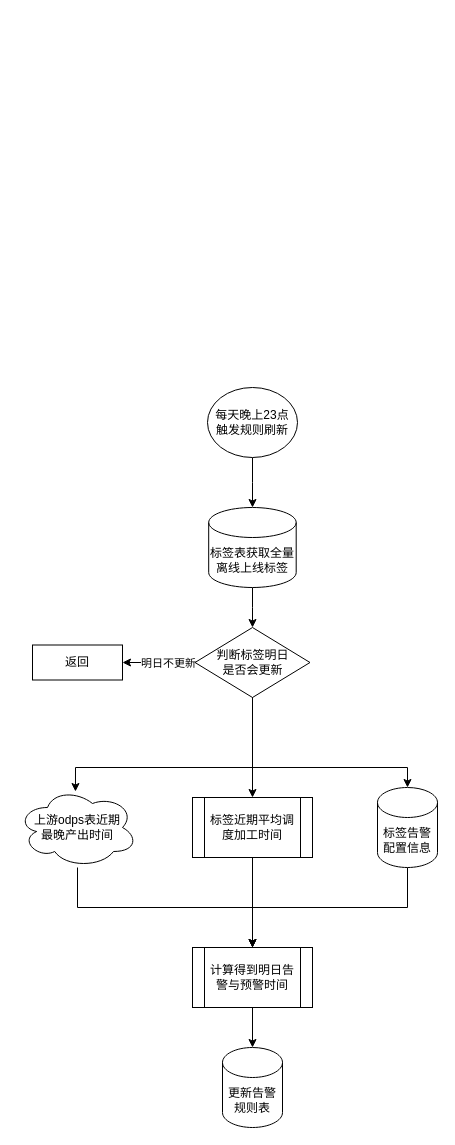
This is 标签监控规则轮刷方案.drawio from 1418956397/JavaWeb-Project-Source-Share, a draw.io file, before an edit. Source tidied: cells renumbered, new cells numbered last; positions are measured from the earlier drawing's top-left corner, leaving out a move shared by most shapes. Both pictures are drawn from the tidied source at 100%, with x=0, y=0 at pixel (17, 387).
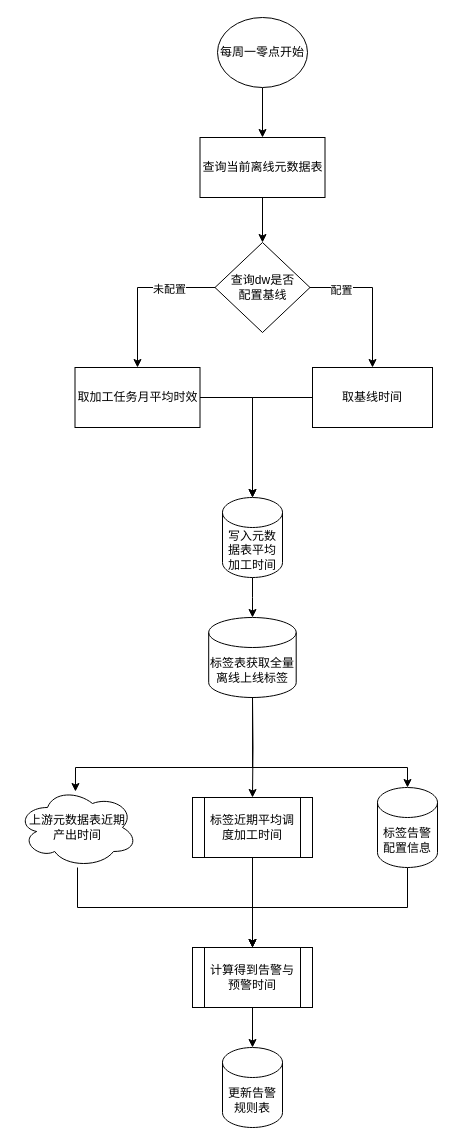
Above is the later version.

Commit message:
更新标签监控规则轮刷方案.drawio

Unchanged cells that the change refers to:
```xml
<mxCell id="9" value="标签近期平均调度加工时间" style="shape=process;whiteSpace=wrap;html=1;backgroundOutline=1;" parent="1" vertex="1">
  <mxGeometry x="175" y="410" width="120" height="60" as="geometry" />
</mxCell>
<mxCell id="11" value="标签告警&lt;div&gt;配置信息&lt;/div&gt;" style="shape=cylinder3;whiteSpace=wrap;html=1;boundedLbl=1;backgroundOutline=1;size=15;" parent="1" vertex="1">
  <mxGeometry x="360" y="400" width="60" height="80" as="geometry" />
</mxCell>
```

Diff of the diagram source:
```diff
@@
-    <mxCell id="2" style="edgeStyle=orthogonalEdgeStyle;rounded=0;jettySize=auto;html=1;" parent="1" edge="1" source="3" target="5">
-      <mxGeometry relative="1" as="geometry" />
-    </mxCell>
+    <mxCell id="22" style="edgeStyle=orthogonalEdgeStyle;rounded=0;jettySize=auto;html=1;" parent="1" edge="1" source="3" target="24">
+      <mxGeometry relative="1" as="geometry" />
+    </mxCell>
-    <mxCell id="3" value="每天晚上23点&lt;div&gt;触发规则刷新&lt;/div&gt;" style="ellipse;whiteSpace=wrap;html=1;" parent="1" vertex="1">
-      <mxGeometry x="190" width="90" height="70" as="geometry" />
+    <mxCell id="3" value="每周一零点开始" style="ellipse;whiteSpace=wrap;html=1;" parent="1" vertex="1">
+      <mxGeometry x="200" y="-370" width="90" height="70" as="geometry" />
     </mxCell>
-    <mxCell id="4" style="edgeStyle=orthogonalEdgeStyle;rounded=0;jettySize=auto;html=1;" parent="1" edge="1" source="5" target="18">
-      <mxGeometry relative="1" as="geometry" />
-    </mxCell>
     <mxCell id="5" value="标签表获取全量离线上线标签" style="shape=cylinder3;whiteSpace=wrap;html=1;boundedLbl=1;backgroundOutline=1;size=15;" parent="1" vertex="1">
-      <mxGeometry x="191.2" y="120" width="87.5" height="80" as="geometry" />
+      <mxGeometry x="191.2" y="230" width="87.5" height="80" as="geometry" />
     </mxCell>
@@
-    <mxCell id="7" value="上游odps表近期&lt;div&gt;最晚产出时间&lt;/div&gt;" style="ellipse;shape=cloud;whiteSpace=wrap;html=1;" parent="1" vertex="1">
+    <mxCell id="7" value="上游元数据表近期&lt;div&gt;产出时间&lt;/div&gt;" style="ellipse;shape=cloud;whiteSpace=wrap;html=1;" parent="1" vertex="1">
       <mxGeometry y="400" width="120" height="80" as="geometry" />
     </mxCell>
@@
-    <mxCell id="13" value="计算得到明日告警与预警时间" style="shape=process;whiteSpace=wrap;html=1;backgroundOutline=1;" parent="1" vertex="1">
+    <mxCell id="13" value="计算得到告警与预警时间" style="shape=process;whiteSpace=wrap;html=1;backgroundOutline=1;" parent="1" vertex="1">
       <mxGeometry x="175" y="560" width="120" height="60" as="geometry" />
     </mxCell>
-    <mxCell id="14" style="edgeStyle=orthogonalEdgeStyle;rounded=0;jettySize=auto;html=1;" parent="1" edge="1" source="18" target="19">
-      <mxGeometry relative="1" as="geometry" />
-    </mxCell>
-    <mxCell id="15" value="明日不更新" style="edgeLabel;html=1;align=center;verticalAlign=middle;" parent="14" vertex="1">
-      <mxGeometry x="-0.32" y="2" relative="1" as="geometry">
-        <mxPoint x="-2" y="-2" as="offset" />
-      </mxGeometry>
-    </mxCell>
-    <mxCell id="16" style="edgeStyle=orthogonalEdgeStyle;rounded=0;jettySize=auto;html=1;entryX=0.5;entryY=0;entryDx=0;entryDy=0;" parent="1" edge="1" source="18" target="9">
-      <mxGeometry relative="1" as="geometry" />
+    <mxCell id="16" style="edgeStyle=orthogonalEdgeStyle;rounded=0;jettySize=auto;html=1;entryX=0.5;entryY=0;entryDx=0;entryDy=0;" parent="1" edge="1" target="9">
+      <mxGeometry relative="1" as="geometry">
+        <mxPoint x="235" y="310" as="sourcePoint" />
+      </mxGeometry>
     </mxCell>
-    <mxCell id="17" style="edgeStyle=orthogonalEdgeStyle;rounded=0;jettySize=auto;html=1;" parent="1" edge="1" source="18" target="11">
+    <mxCell id="17" style="edgeStyle=orthogonalEdgeStyle;rounded=0;jettySize=auto;html=1;" parent="1" edge="1" target="11">
       <mxGeometry relative="1" as="geometry">
+        <mxPoint x="235" y="310" as="sourcePoint" />
         <Array as="points">
           <mxPoint x="235" y="380" />
           <mxPoint x="390" y="380" />
         </Array>
       </mxGeometry>
     </mxCell>
-    <mxCell id="18" value="判断标签明日&lt;div&gt;是否会更新&lt;/div&gt;" style="rhombus;whiteSpace=wrap;html=1;" parent="1" vertex="1">
-      <mxGeometry x="177.5" y="240" width="115" height="70" as="geometry" />
-    </mxCell>
-    <mxCell id="19" value="返回" style="whiteSpace=wrap;html=1;" parent="1" vertex="1">
-      <mxGeometry x="15" y="257.5" width="90" height="35" as="geometry" />
-    </mxCell>
-    <mxCell id="20" style="edgeStyle=orthogonalEdgeStyle;rounded=0;jettySize=auto;html=1;entryX=0.483;entryY=0.05;entryDx=0;entryDy=0;entryPerimeter=0;" parent="1" edge="1" source="18" target="7">
+    <mxCell id="20" style="edgeStyle=orthogonalEdgeStyle;rounded=0;jettySize=auto;html=1;entryX=0.483;entryY=0.05;entryDx=0;entryDy=0;entryPerimeter=0;" parent="1" edge="1" target="7">
       <mxGeometry relative="1" as="geometry">
+        <mxPoint x="235" y="310" as="sourcePoint" />
         <Array as="points">
           <mxPoint x="235" y="380" />
           <mxPoint x="58" y="380" />
         </Array>
       </mxGeometry>
     </mxCell>
@@
+    <mxCell id="23" style="edgeStyle=orthogonalEdgeStyle;rounded=0;jettySize=auto;html=1;" parent="1" edge="1" source="24" target="29">
+      <mxGeometry relative="1" as="geometry" />
+    </mxCell>
+    <mxCell id="24" value="查询当前离线元数据表" style="whiteSpace=wrap;html=1;" parent="1" vertex="1">
+      <mxGeometry x="182.5" y="-250" width="125" height="60" as="geometry" />
+    </mxCell>
+    <mxCell id="25" style="edgeStyle=orthogonalEdgeStyle;rounded=0;jettySize=auto;html=1;" parent="1" edge="1" source="29" target="30">
+      <mxGeometry relative="1" as="geometry" />
+    </mxCell>
+    <mxCell id="26" value="未配置" style="edgeLabel;html=1;align=center;verticalAlign=middle;" parent="25" vertex="1">
+      <mxGeometry x="-0.41" y="1" relative="1" as="geometry" />
+    </mxCell>
+    <mxCell id="27" style="edgeStyle=orthogonalEdgeStyle;rounded=0;jettySize=auto;html=1;" parent="1" edge="1" source="29" target="31">
+      <mxGeometry relative="1" as="geometry" />
+    </mxCell>
+    <mxCell id="28" value="配置" style="edgeLabel;html=1;align=center;verticalAlign=middle;" parent="27" vertex="1">
+      <mxGeometry x="-0.57" y="-2" relative="1" as="geometry" />
+    </mxCell>
+    <mxCell id="29" value="查询dw是否&lt;div&gt;配置基线&lt;/div&gt;" style="rhombus;whiteSpace=wrap;html=1;" parent="1" vertex="1">
+      <mxGeometry x="197.5" y="-145" width="95" height="90" as="geometry" />
+    </mxCell>
+    <mxCell id="30" value="取加工任务月平均时效" style="whiteSpace=wrap;html=1;" parent="1" vertex="1">
+      <mxGeometry x="57.5" y="-20" width="125" height="60" as="geometry" />
+    </mxCell>
+    <mxCell id="31" value="取基线时间" style="rounded=0;whiteSpace=wrap;html=1;" parent="1" vertex="1">
+      <mxGeometry x="295" y="-20" width="120" height="60" as="geometry" />
+    </mxCell>
+    <mxCell id="32" style="edgeStyle=orthogonalEdgeStyle;rounded=0;jettySize=auto;html=1;" parent="1" edge="1" source="33" target="5">
+      <mxGeometry relative="1" as="geometry" />
+    </mxCell>
+    <mxCell id="33" value="写入元数据表平均加工时间" style="shape=cylinder3;whiteSpace=wrap;html=1;boundedLbl=1;backgroundOutline=1;size=15;" parent="1" vertex="1">
+      <mxGeometry x="205" y="110" width="60" height="80" as="geometry" />
+    </mxCell>
+    <mxCell id="34" style="edgeStyle=orthogonalEdgeStyle;rounded=0;jettySize=auto;html=1;entryX=0.5;entryY=0;entryDx=0;entryDy=0;entryPerimeter=0;" parent="1" edge="1" source="30" target="33">
+      <mxGeometry relative="1" as="geometry" />
+    </mxCell>
+    <mxCell id="35" style="edgeStyle=orthogonalEdgeStyle;rounded=0;jettySize=auto;html=1;entryX=0.5;entryY=0;entryDx=0;entryDy=0;entryPerimeter=0;" parent="1" edge="1" source="31" target="33">
+      <mxGeometry relative="1" as="geometry" />
+    </mxCell>
```
